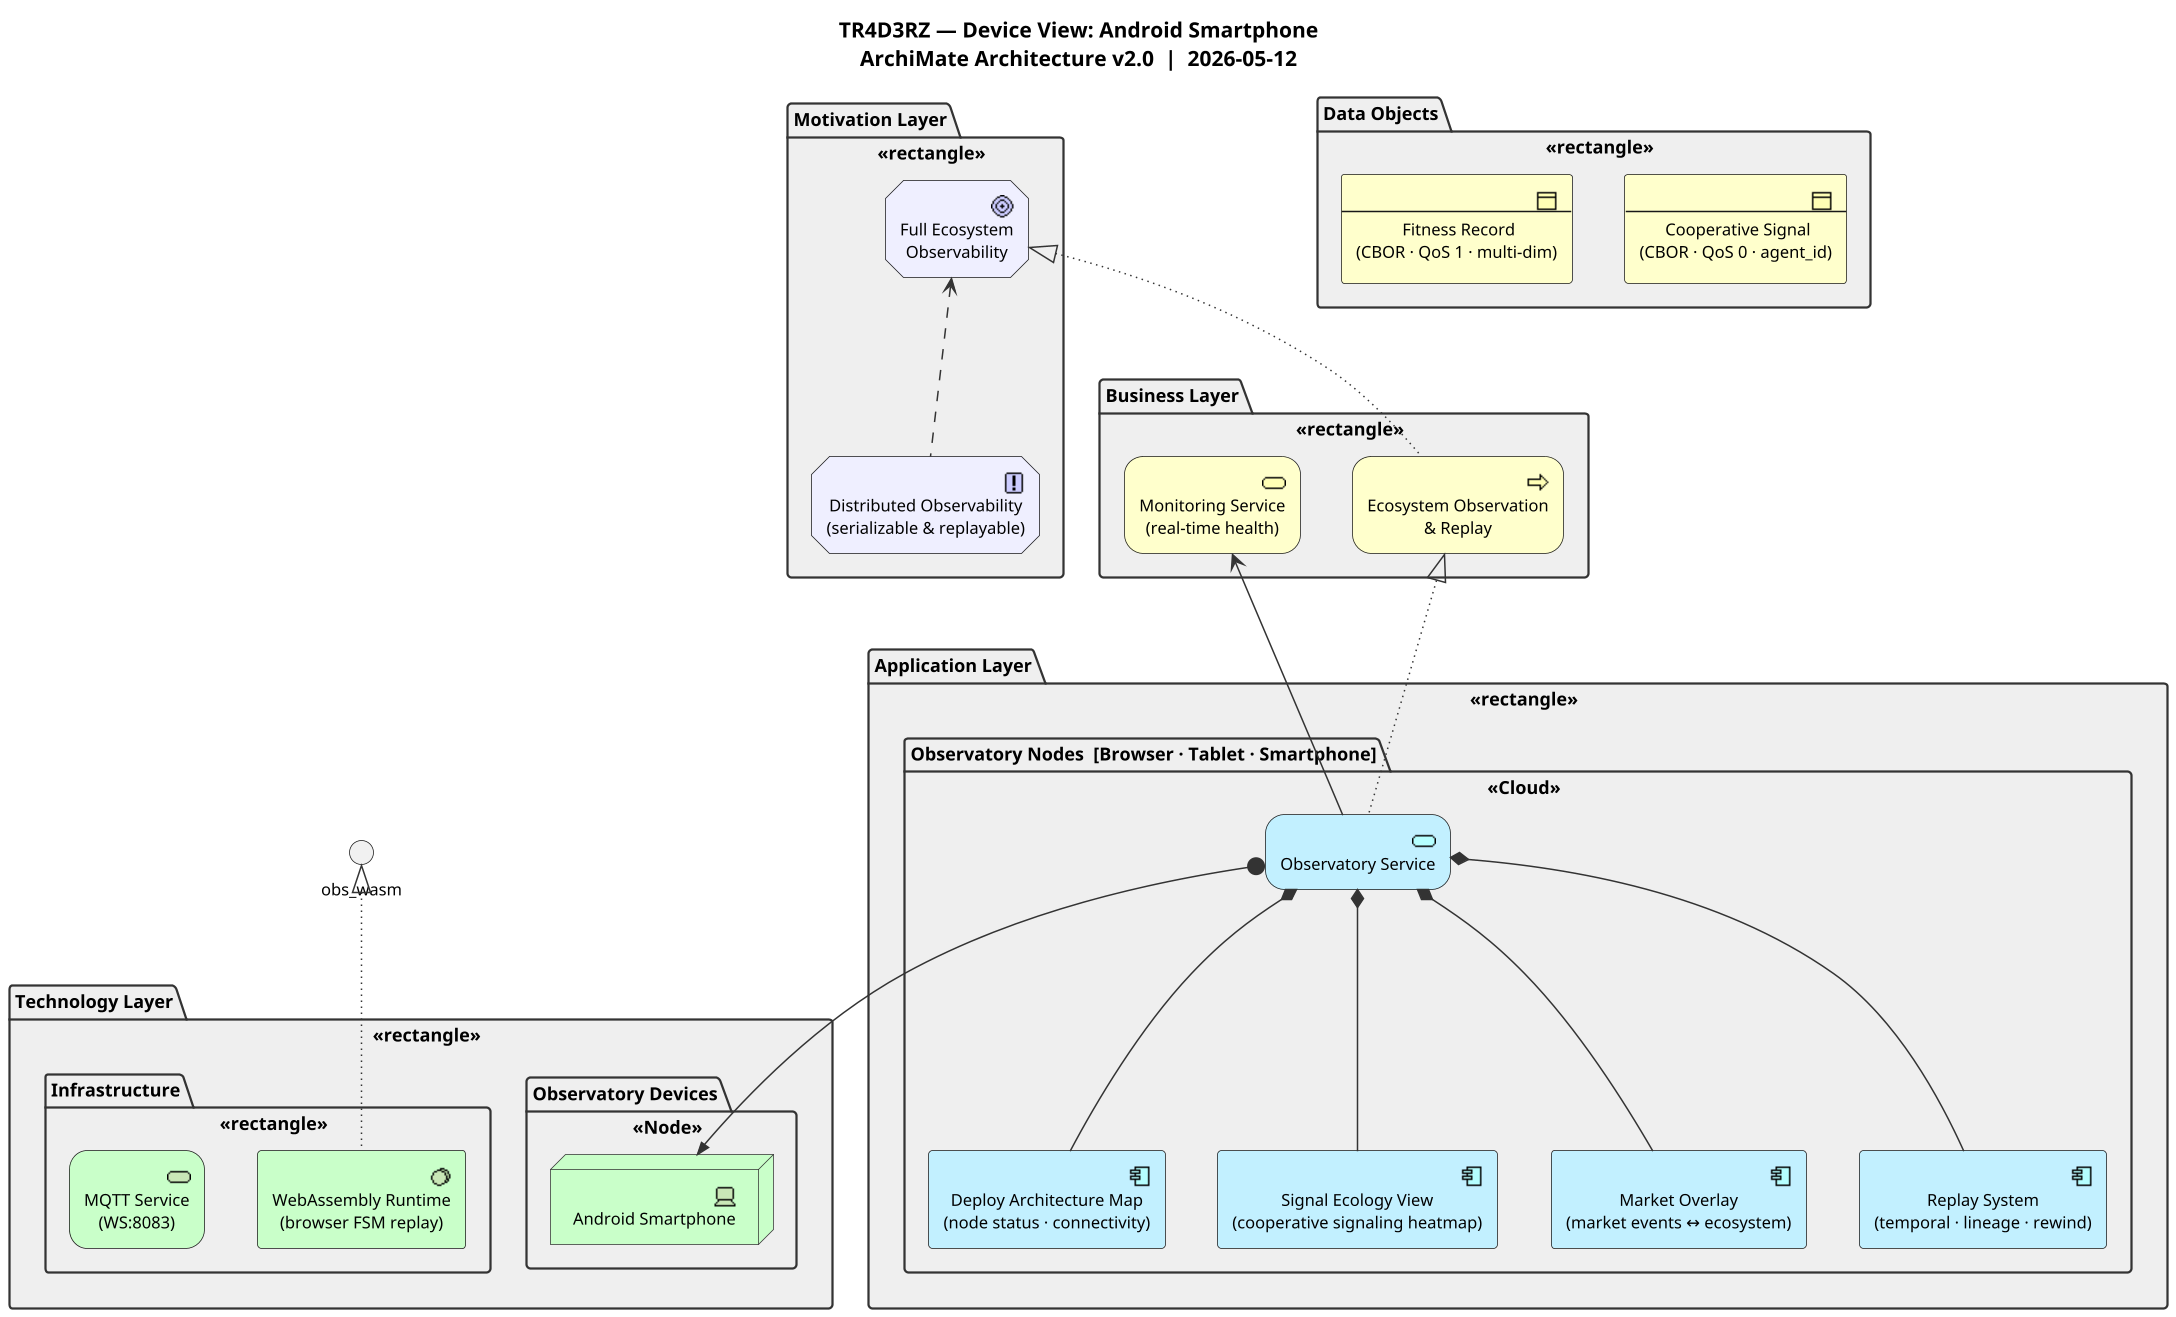
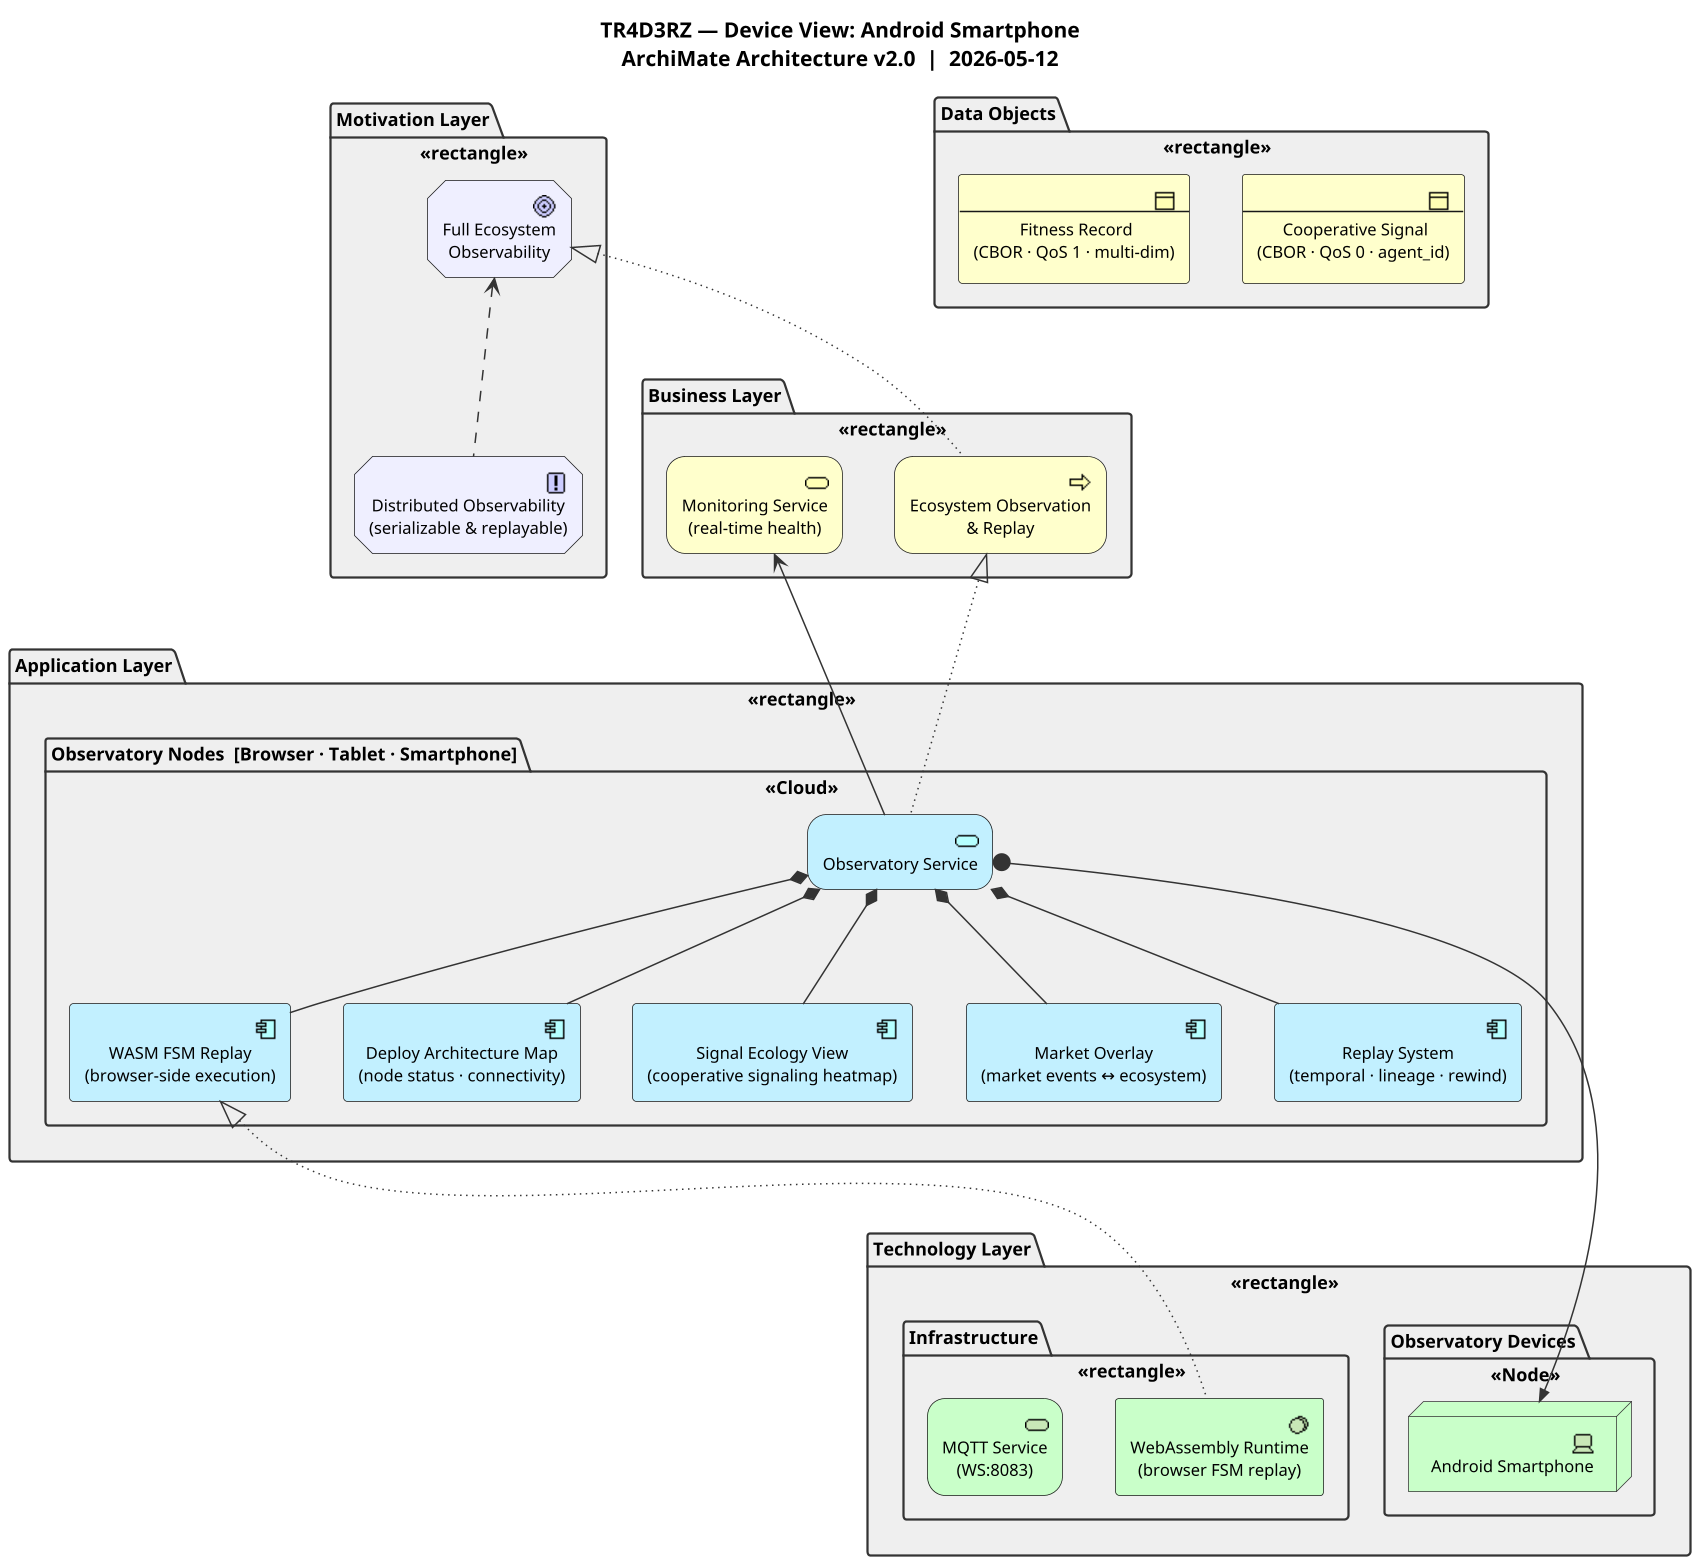
@startuml TR4D3RZ_phone
!include <archimate/Archimate>

skinparam backgroundColor #FFFFFF
skinparam defaultFontName "Courier New"
skinparam defaultFontColor #000000
skinparam defaultFontSize 11
skinparam ArrowColor #333333
skinparam packageBorderColor #333333
skinparam packageBackgroundColor #EFEFEF
skinparam packageFontColor #000000
skinparam packageFontSize 12
skinparam packageFontStyle bold
skinparam nodeBorderColor #333333
skinparam noteBorderColor #333333
skinparam noteBackgroundColor #FFFDE7
skinparam noteFontColor #000000
scale 1.5

title TR4D3RZ — Device View: Android Smartphone\nArchiMate Architecture v2.0  |  2026-05-12

package "Motivation Layer" <<rectangle>> {
  Motivation_Goal(goal_observe, "Full Ecosystem\nObservability")
  Motivation_Principle(prin_replay, "Distributed Observability\n(serializable & replayable)")
}

package "Business Layer" <<rectangle>> {
  Business_Process(proc_observe, "Ecosystem Observation\n& Replay")
  Business_Service(svc_monitoring, "Monitoring Service\n(real-time health)")
}

package "Application Layer" <<rectangle>> {
  package "Observatory Nodes  [Browser · Tablet · Smartphone]" <<Cloud>> {
    Application_Service(obs_svc, "Observatory Service")
    Application_Component(obs_deploymap, "Deploy Architecture Map\n(node status · connectivity)")
    Application_Component(obs_ecology, "Signal Ecology View\n(cooperative signaling heatmap)")
    Application_Component(obs_market, "Market Overlay\n(market events ↔ ecosystem)")
    Application_Component(obs_replay, "Replay System\n(temporal · lineage · rewind)")
+     Application_Component(obs_wasm, "WASM FSM Replay\n(browser-side execution)")
  }
}

package "Data Objects" <<rectangle>> {
  Business_Object(data_signal, "Cooperative Signal\n(CBOR · QoS 0 · agent_id)")
  Business_Object(data_fitness, "Fitness Record\n(CBOR · QoS 1 · multi-dim)")
}

package "Technology Layer" <<rectangle>> {
  package "Observatory Devices" <<Node>> {
    Technology_Device(hw_phone, "Android Smartphone")
  }
  package "Infrastructure" <<rectangle>> {
    Technology_SystemSoftware(rt_wasm, "WebAssembly Runtime\n(browser FSM replay)")
    Technology_Service(net_mqtt, "MQTT Service\n(WS:8083)")
  }
}

' ── Relations ──────────────────────────────────────────────
Rel_Realization_Up(proc_observe, goal_observe)
Rel_Influence_Up(prin_replay, goal_observe)
Rel_Realization_Up(obs_svc, proc_observe)
Rel_Serving_Up(obs_svc, svc_monitoring)
Rel_Composition_Down(obs_svc, obs_deploymap)
Rel_Composition_Down(obs_svc, obs_ecology)
Rel_Composition_Down(obs_svc, obs_market)
Rel_Composition_Down(obs_svc, obs_replay)
+ Rel_Composition_Down(obs_svc, obs_wasm)
Rel_Assignment_Down(obs_svc, hw_phone)
Rel_Realization_Up(rt_wasm, obs_wasm)

@enduml